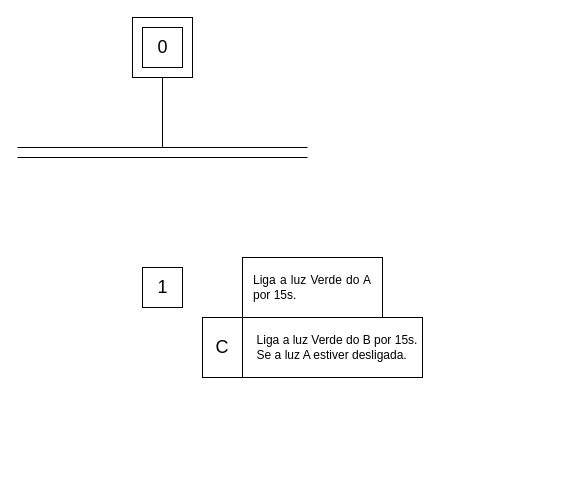
pedroManuelP/Automa-o-Industrial keeps this draw.io diagram as Experiência 3 - Semáforo de 3 tempos/Experimento3_CLP.drawio. Above is the earlier version. Source tidied: cells renumbered, new cells numbered last; positions are measured from the earlier drawing's top-left corner, leaving out a move shared by most shapes. Both pictures are drawn from the tidied source at 100%, with x=0, y=0 at pixel (17, 17).
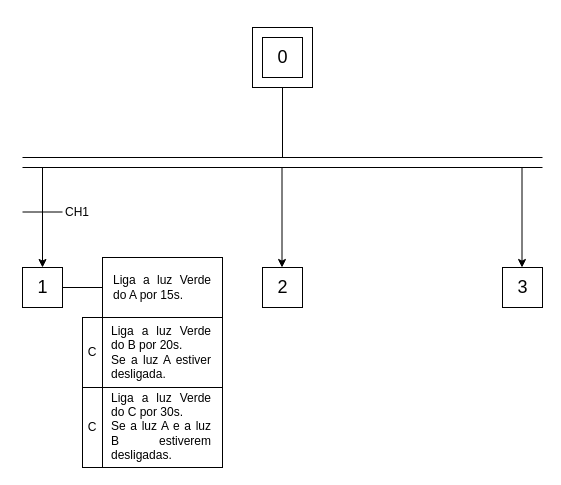
The same page after the edit.

Change to the diagram source:
```diff
@@
     <mxCell id="2" style="rounded=0;whiteSpace=wrap;html=1;" parent="1" vertex="1">
-      <mxGeometry x="115" width="60" height="60" as="geometry" />
+      <mxGeometry x="235" y="10" width="60" height="60" as="geometry" />
     </mxCell>
     <mxCell id="3" style="rounded=0;whiteSpace=wrap;html=1;" parent="1" vertex="1">
-      <mxGeometry x="125" y="10" width="40" height="40" as="geometry" />
+      <mxGeometry x="245" y="20" width="40" height="40" as="geometry" />
     </mxCell>
     <mxCell id="4" value="&lt;div&gt;&lt;font style=&quot;font-size: 18px;&quot;&gt;0&lt;/font&gt;&lt;/div&gt;" style="text;html=1;align=center;verticalAlign=middle;strokeColor=none;fillColor=none;" parent="1" vertex="1">
-      <mxGeometry x="130" y="10" width="30" height="40" as="geometry" />
+      <mxGeometry x="250" y="20" width="30" height="40" as="geometry" />
     </mxCell>
     <mxCell id="5" style="endArrow=none;html=1;rounded=0;exitX=0.5;exitY=1;exitDx=0;exitDy=0;" parent="1" edge="1" source="2">
       <mxGeometry relative="1" as="geometry">
-        <mxPoint x="145" y="130" as="targetPoint" />
+        <mxPoint x="265" y="140" as="targetPoint" />
       </mxGeometry>
     </mxCell>
     <mxCell id="6" style="endArrow=none;html=1;rounded=0;" parent="1" edge="1">
       <mxGeometry relative="1" as="geometry">
-        <mxPoint y="130" as="sourcePoint" />
-        <mxPoint x="290" y="130" as="targetPoint" />
+        <mxPoint x="5" y="140" as="sourcePoint" />
+        <mxPoint x="525" y="140" as="targetPoint" />
       </mxGeometry>
     </mxCell>
     <mxCell id="7" style="endArrow=none;html=1;rounded=0;" parent="1" edge="1">
       <mxGeometry relative="1" as="geometry">
-        <mxPoint y="140" as="sourcePoint" />
-        <mxPoint x="290" y="140" as="targetPoint" />
+        <mxPoint x="5" y="150" as="sourcePoint" />
+        <mxPoint x="525" y="150" as="targetPoint" />
       </mxGeometry>
     </mxCell>
     <mxCell id="8" style="rounded=0;whiteSpace=wrap;html=1;" parent="1" vertex="1">
-      <mxGeometry x="125" y="250" width="40" height="40" as="geometry" />
+      <mxGeometry x="5" y="250" width="40" height="40" as="geometry" />
     </mxCell>
     <mxCell id="9" value="&lt;font style=&quot;font-size: 18px;&quot;&gt;1&lt;/font&gt;" style="text;html=1;align=center;verticalAlign=middle;strokeColor=none;fillColor=none;" parent="1" vertex="1">
-      <mxGeometry x="130" y="250" width="30" height="40" as="geometry" />
+      <mxGeometry x="10" y="250" width="30" height="40" as="geometry" />
     </mxCell>
     <mxCell id="10" style="rounded=0;whiteSpace=wrap;html=1;" parent="1" vertex="1">
-      <mxGeometry x="225" y="240" width="140" height="60" as="geometry" />
+      <mxGeometry x="85" y="240" width="120" height="60" as="geometry" />
     </mxCell>
-    <mxCell id="11" value="&lt;font style=&quot;font-size: 18px;&quot;&gt;C&lt;/font&gt;" style="rounded=0;whiteSpace=wrap;html=1;" parent="1" vertex="1">
-      <mxGeometry x="185" y="300" width="40" height="60" as="geometry" />
+    <mxCell id="11" value="&lt;font style=&quot;font-size: 12px;&quot;&gt;C&lt;/font&gt;" style="rounded=0;whiteSpace=wrap;html=1;" parent="1" vertex="1">
+      <mxGeometry x="65" y="300" width="20" height="70" as="geometry" />
     </mxCell>
-    <mxCell id="12" value="&lt;div align=&quot;justify&quot;&gt;Liga a luz Verde do A por 15s.&lt;/div&gt;" style="text;html=1;align=center;verticalAlign=middle;whiteSpace=wrap;rounded=0;" parent="1" vertex="1">
-      <mxGeometry x="235" y="250" width="120" height="40" as="geometry" />
+    <mxCell id="12" value="&lt;div align=&quot;justify&quot;&gt;&lt;font style=&quot;font-size: 12px;&quot;&gt;Liga a luz Verde do A por 15s.&lt;/font&gt;&lt;/div&gt;" style="text;html=1;align=center;verticalAlign=middle;whiteSpace=wrap;rounded=0;" parent="1" vertex="1">
+      <mxGeometry x="95" y="250" width="100" height="40" as="geometry" />
     </mxCell>
+    <mxCell id="15" style="group;" parent="1" vertex="1">
+      <mxGeometry x="85" y="300" width="140" height="70" as="geometry" />
+    </mxCell>
-    <mxCell id="13" style="rounded=0;whiteSpace=wrap;html=1;" parent="1" vertex="1">
-      <mxGeometry x="225" y="300" width="180" height="60" as="geometry" />
+    <mxCell id="13" style="rounded=0;whiteSpace=wrap;html=1;" parent="15" vertex="1">
+      <mxGeometry width="120" height="70" as="geometry" />
     </mxCell>
-    <mxCell id="14" value="&lt;div align=&quot;justify&quot;&gt;Liga a luz Verde do B por 15s.&lt;/div&gt;&lt;div align=&quot;justify&quot;&gt;Se a luz A estiver desligada.&lt;/div&gt;" style="text;html=1;align=center;verticalAlign=middle;whiteSpace=wrap;rounded=0;" parent="1" vertex="1">
-      <mxGeometry x="235" y="315" width="170" height="30" as="geometry" />
+    <mxCell id="14" value="&lt;div align=&quot;justify&quot;&gt;Liga a luz Verde do B por 20s.&lt;/div&gt;&lt;div align=&quot;justify&quot;&gt;Se a luz A estiver desligada.&lt;/div&gt;" style="text;html=1;align=center;verticalAlign=middle;whiteSpace=wrap;rounded=0;" parent="15" vertex="1">
+      <mxGeometry x="7.8" y="17.5" width="102.2" height="35" as="geometry" />
     </mxCell>
+    <mxCell id="16" value="&lt;font style=&quot;font-size: 12px;&quot;&gt;C&lt;/font&gt;" style="rounded=0;whiteSpace=wrap;html=1;" parent="1" vertex="1">
+      <mxGeometry x="65" y="370" width="20" height="80" as="geometry" />
+    </mxCell>
+    <mxCell id="17" style="group;" parent="1" vertex="1">
+      <mxGeometry x="85" y="370" width="140" height="80" as="geometry" />
+    </mxCell>
+    <mxCell id="18" style="rounded=0;whiteSpace=wrap;html=1;" parent="17" vertex="1">
+      <mxGeometry width="120" height="80" as="geometry" />
+    </mxCell>
+    <mxCell id="19" value="&lt;div align=&quot;justify&quot;&gt;Liga a luz Verde do C por 30s.&lt;/div&gt;&lt;div align=&quot;justify&quot;&gt;Se a luz A e a luz B estiverem desligadas.&lt;/div&gt;" style="text;html=1;align=center;verticalAlign=middle;whiteSpace=wrap;rounded=0;" parent="17" vertex="1">
+      <mxGeometry x="7.8" y="17.5" width="102.2" height="42.5" as="geometry" />
+    </mxCell>
+    <mxCell id="20" style="endArrow=none;html=1;rounded=0;exitX=1;exitY=0.5;exitDx=0;exitDy=0;entryX=0;entryY=0.5;entryDx=0;entryDy=0;" parent="1" edge="1" source="8" target="10">
+      <mxGeometry relative="1" as="geometry" />
+    </mxCell>
+    <mxCell id="21" style="rounded=0;whiteSpace=wrap;html=1;" parent="1" vertex="1">
+      <mxGeometry x="245" y="250" width="40" height="40" as="geometry" />
+    </mxCell>
+    <mxCell id="22" value="&lt;font style=&quot;font-size: 18px;&quot;&gt;2&lt;/font&gt;" style="text;html=1;align=center;verticalAlign=middle;strokeColor=none;fillColor=none;" parent="1" vertex="1">
+      <mxGeometry x="250" y="250" width="30" height="40" as="geometry" />
+    </mxCell>
+    <mxCell id="23" style="rounded=0;whiteSpace=wrap;html=1;" parent="1" vertex="1">
+      <mxGeometry x="485" y="250" width="40" height="40" as="geometry" />
+    </mxCell>
+    <mxCell id="24" value="&lt;font style=&quot;font-size: 18px;&quot;&gt;3&lt;/font&gt;" style="text;html=1;align=center;verticalAlign=middle;strokeColor=none;fillColor=none;" parent="1" vertex="1">
+      <mxGeometry x="490" y="250" width="30" height="40" as="geometry" />
+    </mxCell>
+    <mxCell id="25" style="endArrow=classic;html=1;rounded=0;entryX=0.5;entryY=0;entryDx=0;entryDy=0;" parent="1" edge="1" target="8">
+      <mxGeometry relative="1" as="geometry">
+        <mxPoint x="25" y="150" as="sourcePoint" />
+      </mxGeometry>
+    </mxCell>
+    <mxCell id="26" style="endArrow=classic;html=1;rounded=0;entryX=0.5;entryY=0;entryDx=0;entryDy=0;" parent="1" edge="1">
+      <mxGeometry relative="1" as="geometry">
+        <mxPoint x="264.5" y="150" as="sourcePoint" />
+        <mxPoint x="264.5" y="250" as="targetPoint" />
+      </mxGeometry>
+    </mxCell>
+    <mxCell id="27" style="endArrow=classic;html=1;rounded=0;entryX=0.5;entryY=0;entryDx=0;entryDy=0;" parent="1" edge="1">
+      <mxGeometry relative="1" as="geometry">
+        <mxPoint x="504.5" y="150" as="sourcePoint" />
+        <mxPoint x="504.5" y="250" as="targetPoint" />
+      </mxGeometry>
+    </mxCell>
+    <mxCell id="28" style="endArrow=none;html=1;rounded=0;" parent="1" edge="1">
+      <mxGeometry relative="1" as="geometry">
+        <mxPoint x="5" y="194.5" as="sourcePoint" />
+        <mxPoint x="45" y="194.5" as="targetPoint" />
+      </mxGeometry>
+    </mxCell>
+    <mxCell id="29" value="CH1" style="text;html=1;align=center;verticalAlign=middle;whiteSpace=wrap;rounded=0;" parent="1" vertex="1">
+      <mxGeometry x="45" y="180" width="30" height="30" as="geometry" />
+    </mxCell>
```
